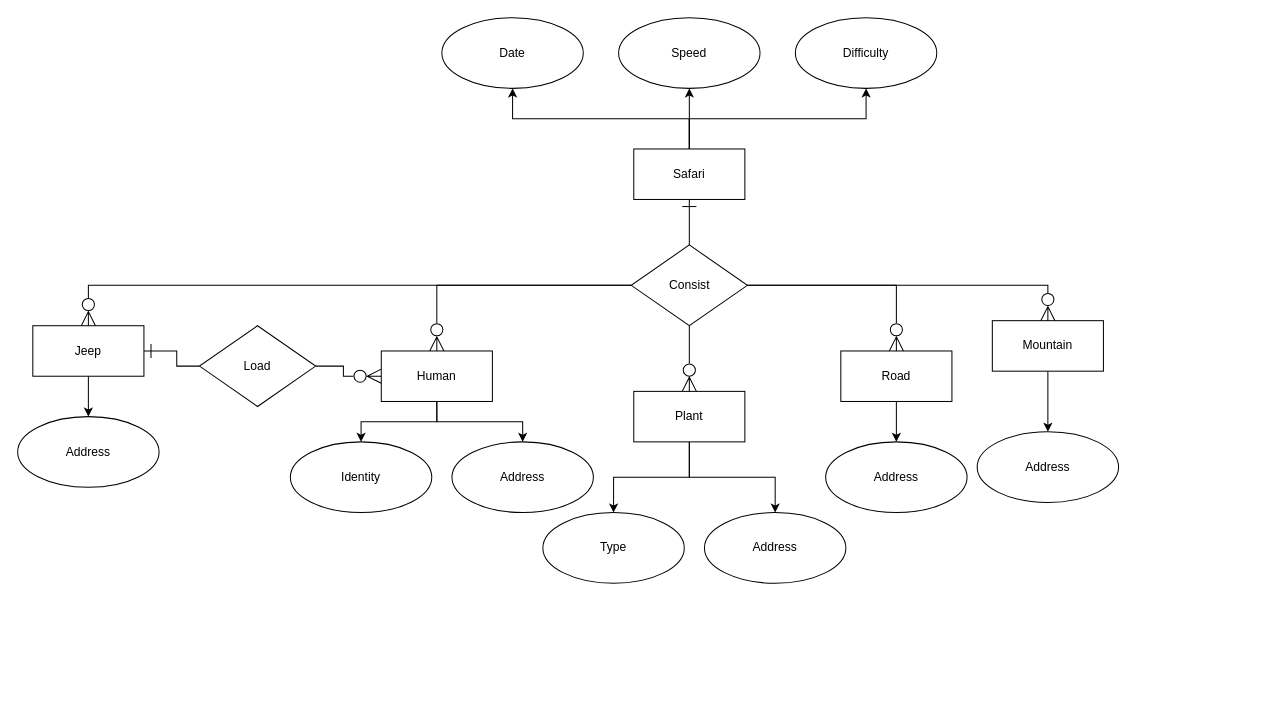
The draw.io diagram Soft tech uml database Diagram.drawio in summertx/uml, before the edit. Source tidied: cells renumbered, new cells numbered last; positions are measured from the earlier drawing's top-left corner, leaving out a move shared by most shapes. Both pictures are drawn from the tidied source at 101%, with x=0, y=0 at pixel (17, 17).
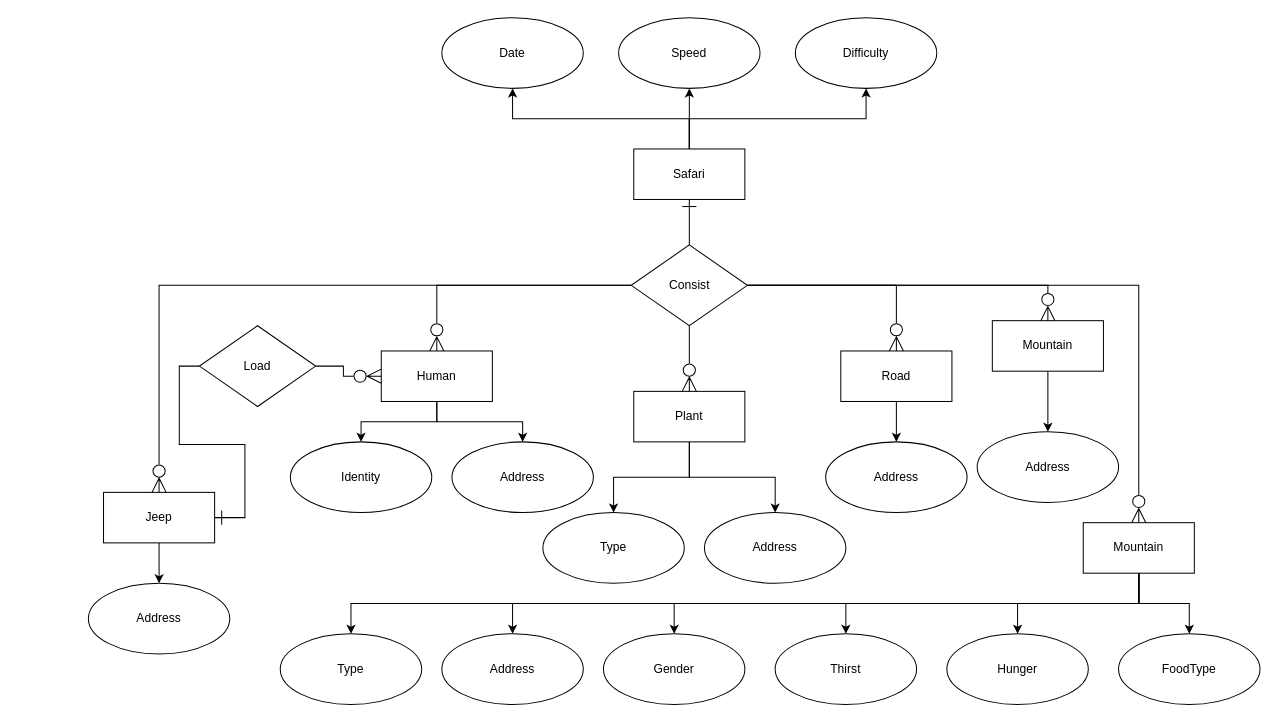
After the change.

Unchanged cells that the change refers to:
```xml
<mxCell id="28" value="Consist" style="rhombus;whiteSpace=wrap;html=1;" parent="1" vertex="1">
  <mxGeometry x="607.5" y="225" width="115" height="80" as="geometry" />
</mxCell>
```

Diff of the diagram source:
```diff
@@
     <mxCell id="16" value="Jeep" style="html=1;whiteSpace=wrap;" parent="1" vertex="1">
-      <mxGeometry x="15" y="305" width="110" height="50" as="geometry" />
+      <mxGeometry x="85" y="470" width="110" height="50" as="geometry" />
     </mxCell>
@@
+    <mxCell id="38" style="edgeStyle=orthogonalEdgeStyle;rounded=0;jettySize=auto;html=1;exitX=1;exitY=0.5;exitDx=0;exitDy=0;entryX=0.5;entryY=0;entryDx=0;entryDy=0;endArrow=ERzeroToMany;endFill=0;endSize=12;" parent="1" edge="1" source="28" target="45">
+      <mxGeometry relative="1" as="geometry" />
+    </mxCell>
@@
     <mxCell id="33" value="Address" style="ellipse;whiteSpace=wrap;html=1;" parent="1" vertex="1">
-      <mxGeometry y="395" width="140" height="70" as="geometry" />
+      <mxGeometry x="70" y="560" width="140" height="70" as="geometry" />
     </mxCell>
@@
+    <mxCell id="39" style="edgeStyle=orthogonalEdgeStyle;rounded=0;jettySize=auto;html=1;exitX=0.5;exitY=1;exitDx=0;exitDy=0;entryX=0.5;entryY=0;entryDx=0;entryDy=0;" parent="1" edge="1" source="45" target="46">
+      <mxGeometry relative="1" as="geometry" />
+    </mxCell>
+    <mxCell id="40" style="edgeStyle=orthogonalEdgeStyle;rounded=0;jettySize=auto;html=1;exitX=0.5;exitY=1;exitDx=0;exitDy=0;entryX=0.5;entryY=0;entryDx=0;entryDy=0;" parent="1" edge="1" source="45" target="48">
+      <mxGeometry relative="1" as="geometry" />
+    </mxCell>
+    <mxCell id="41" style="edgeStyle=orthogonalEdgeStyle;rounded=0;jettySize=auto;html=1;exitX=0.5;exitY=1;exitDx=0;exitDy=0;" parent="1" edge="1" source="45" target="47">
+      <mxGeometry relative="1" as="geometry" />
+    </mxCell>
+    <mxCell id="42" style="edgeStyle=orthogonalEdgeStyle;rounded=0;jettySize=auto;html=1;exitX=0.5;exitY=1;exitDx=0;exitDy=0;entryX=0.5;entryY=0;entryDx=0;entryDy=0;" parent="1" edge="1" source="45" target="49">
+      <mxGeometry relative="1" as="geometry" />
+    </mxCell>
+    <mxCell id="43" style="edgeStyle=orthogonalEdgeStyle;rounded=0;jettySize=auto;html=1;exitX=0.5;exitY=1;exitDx=0;exitDy=0;entryX=0.5;entryY=0;entryDx=0;entryDy=0;" parent="1" edge="1" source="45" target="50">
+      <mxGeometry relative="1" as="geometry" />
+    </mxCell>
+    <mxCell id="44" style="edgeStyle=orthogonalEdgeStyle;rounded=0;jettySize=auto;html=1;exitX=0.5;exitY=1;exitDx=0;exitDy=0;entryX=0.5;entryY=0;entryDx=0;entryDy=0;" parent="1" edge="1" source="45" target="51">
+      <mxGeometry relative="1" as="geometry" />
+    </mxCell>
+    <mxCell id="45" value="Mountain" style="html=1;whiteSpace=wrap;" parent="1" vertex="1">
+      <mxGeometry x="1055" y="500" width="110" height="50" as="geometry" />
+    </mxCell>
+    <mxCell id="46" value="Type" style="ellipse;whiteSpace=wrap;html=1;" parent="1" vertex="1">
+      <mxGeometry x="260" y="610" width="140" height="70" as="geometry" />
+    </mxCell>
+    <mxCell id="47" value="Address" style="ellipse;whiteSpace=wrap;html=1;" parent="1" vertex="1">
+      <mxGeometry x="420" y="610" width="140" height="70" as="geometry" />
+    </mxCell>
+    <mxCell id="48" value="Gender" style="ellipse;whiteSpace=wrap;html=1;" parent="1" vertex="1">
+      <mxGeometry x="580" y="610" width="140" height="70" as="geometry" />
+    </mxCell>
+    <mxCell id="49" value="Thirst" style="ellipse;whiteSpace=wrap;html=1;" parent="1" vertex="1">
+      <mxGeometry x="750" y="610" width="140" height="70" as="geometry" />
+    </mxCell>
+    <mxCell id="50" value="Hunger" style="ellipse;whiteSpace=wrap;html=1;" parent="1" vertex="1">
+      <mxGeometry x="920" y="610" width="140" height="70" as="geometry" />
+    </mxCell>
+    <mxCell id="51" value="FoodType" style="ellipse;whiteSpace=wrap;html=1;" parent="1" vertex="1">
+      <mxGeometry x="1090" y="610" width="140" height="70" as="geometry" />
+    </mxCell>
```
